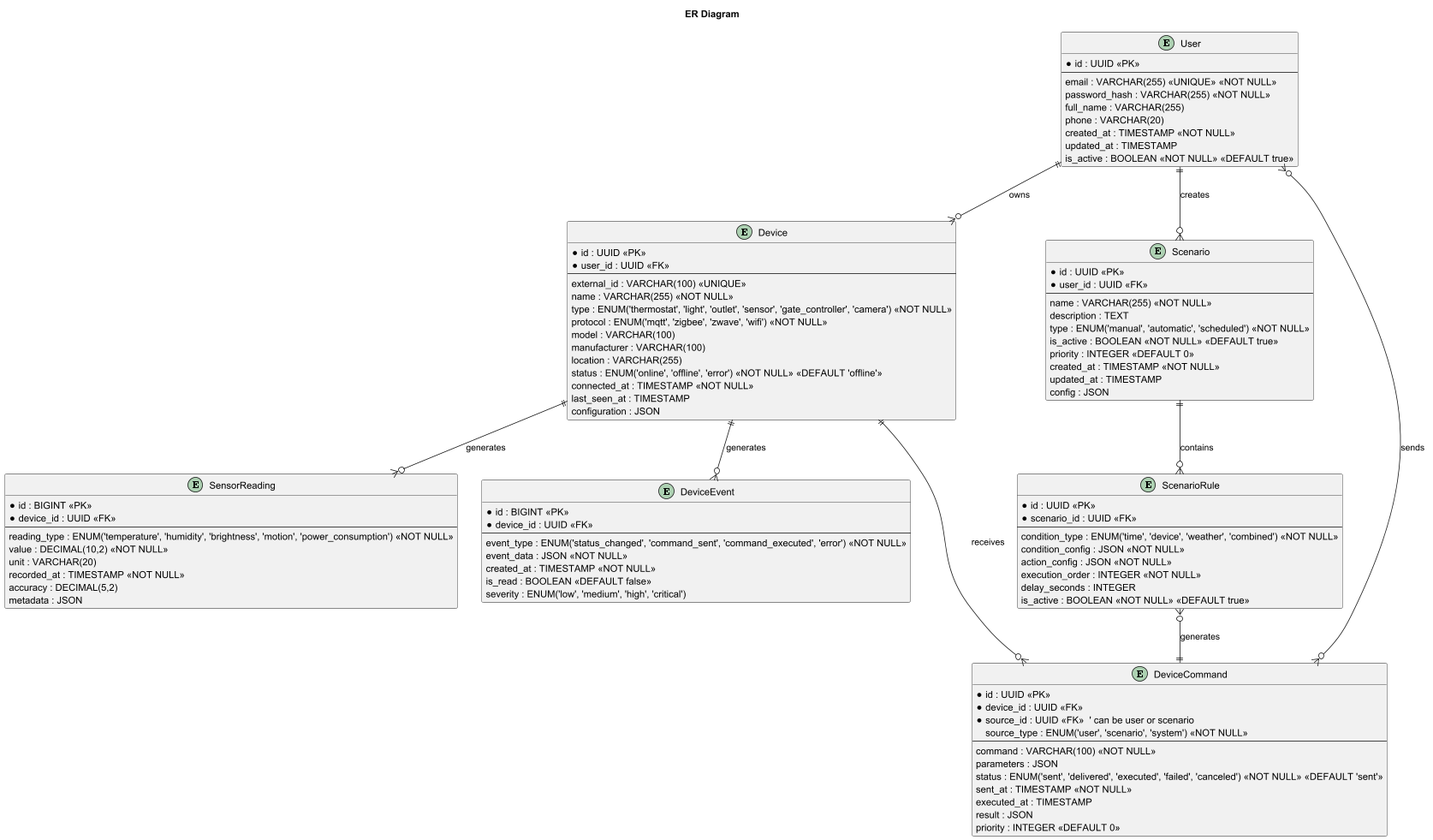
Above: diagrams/er/er.png in winmord/architecture-pro-warmhouse (PlantUML), before the change.
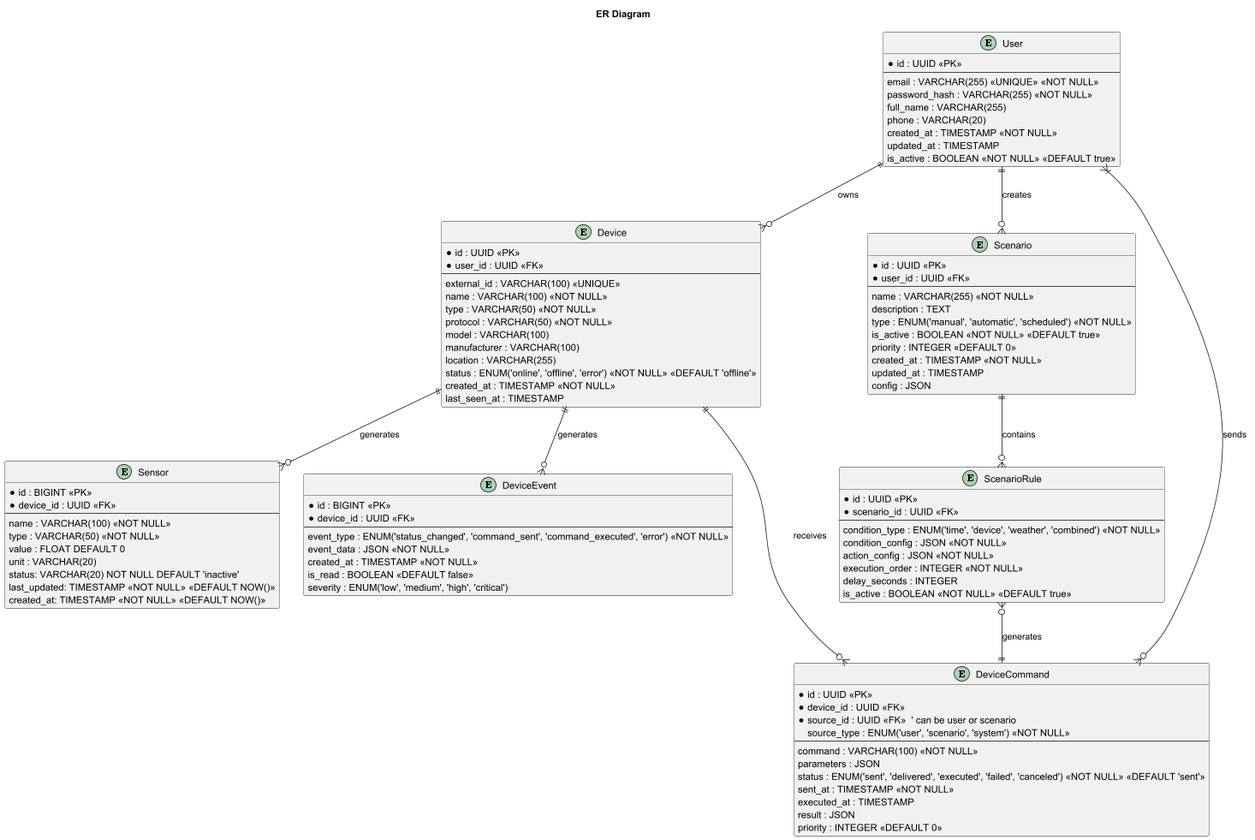
After the commit.

Commit message:
fix: change component, code and ER-diagram, device service OpenAPI

Diff of the diagram source:
```diff
@@ -19,28 +19,39 @@
   *user_id : UUID <<FK>>
   --
   external_id : VARCHAR(100) <<UNIQUE>>
-  name : VARCHAR(255) <<NOT NULL>>
-  type : ENUM('thermostat', 'light', 'outlet', 'sensor', 'gate_controller', 'camera') <<NOT NULL>>
-  protocol : ENUM('mqtt', 'zigbee', 'zwave', 'wifi') <<NOT NULL>>
+  name : VARCHAR(100) <<NOT NULL>>
+  type : VARCHAR(50) <<NOT NULL>>
+  protocol : VARCHAR(50) <<NOT NULL>>
   model : VARCHAR(100)
   manufacturer : VARCHAR(100)
   location : VARCHAR(255)
   status : ENUM('online', 'offline', 'error') <<NOT NULL>> <<DEFAULT 'offline'>>
-  connected_at : TIMESTAMP <<NOT NULL>>
+  created_at : TIMESTAMP <<NOT NULL>>
   last_seen_at : TIMESTAMP
-  configuration : JSON
 }
 
-entity "SensorReading" {
+entity "Sensor" {
   *id : BIGINT <<PK>>
   *device_id : UUID <<FK>>
   --
-  reading_type : ENUM('temperature', 'humidity', 'brightness', 'motion', 'power_consumption') <<NOT NULL>>
-  value : DECIMAL(10,2) <<NOT NULL>>
+  name : VARCHAR(100) <<NOT NULL>>
+  type : VARCHAR(50) <<NOT NULL>>
+  value : FLOAT DEFAULT 0
   unit : VARCHAR(20)
-  recorded_at : TIMESTAMP <<NOT NULL>>
-  accuracy : DECIMAL(5,2)
-  metadata : JSON
+  status: VARCHAR(20) NOT NULL DEFAULT 'inactive'
+  last_updated: TIMESTAMP <<NOT NULL>> <<DEFAULT NOW()>>
+  created_at: TIMESTAMP <<NOT NULL>> <<DEFAULT NOW()>>
+}
+
+entity "DeviceEvent" {
+  *id : BIGINT <<PK>>
+  *device_id : UUID <<FK>>
+  --
+  event_type : ENUM('status_changed', 'command_sent', 'command_executed', 'error') <<NOT NULL>>
+  event_data : JSON <<NOT NULL>>
+  created_at : TIMESTAMP <<NOT NULL>>
+  is_read : BOOLEAN <<DEFAULT false>>
+  severity : ENUM('low', 'medium', 'high', 'critical')
 }
 
 entity "Scenario" {
@@ -69,17 +80,6 @@
   is_active : BOOLEAN <<NOT NULL>> <<DEFAULT true>>
 }
 
-entity "DeviceEvent" {
-  *id : BIGINT <<PK>>
-  *device_id : UUID <<FK>>
-  --
-  event_type : ENUM('status_changed', 'command_sent', 'command_executed', 'error') <<NOT NULL>>
-  event_data : JSON <<NOT NULL>>
-  created_at : TIMESTAMP <<NOT NULL>>
-  is_read : BOOLEAN <<DEFAULT false>>
-  severity : ENUM('low', 'medium', 'high', 'critical')
-}
-
 entity "DeviceCommand" {
   *id : UUID <<PK>>
   *device_id : UUID <<FK>>
@@ -97,12 +97,12 @@
 
 
 User ||--o{ Device : "owns"
-Device ||--o{ SensorReading : "generates"
+Device ||--o{ Sensor : "generates"
 User ||--o{ Scenario : "creates"
 Scenario ||--o{ ScenarioRule : "contains"
 Device ||--o{ DeviceEvent : "generates"
 Device ||--o{ DeviceCommand : "receives"
 ScenarioRule }o--|| DeviceCommand : "generates"
-User }o--o{ DeviceCommand : "sends"
+User }|--o{ DeviceCommand : "sends"
 
 @enduml
```
